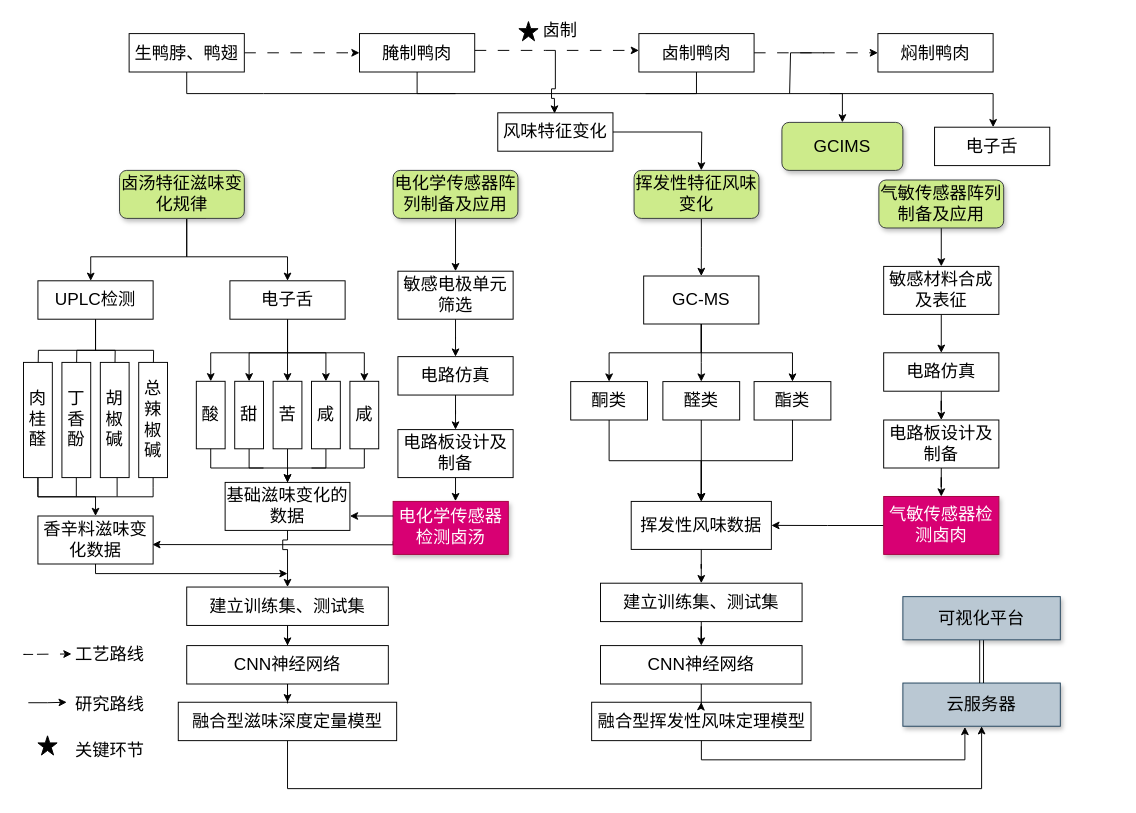
Before: 大论文.drawio in zheng-oh/dragrams, a draw.io diagram. Source tidied: cells renumbered, new cells numbered last; positions are measured from the earlier drawing's top-left corner, leaving out a move shared by most shapes. Both pictures are drawn from the tidied source at 96%, with x=0, y=0 at pixel (23, 16).
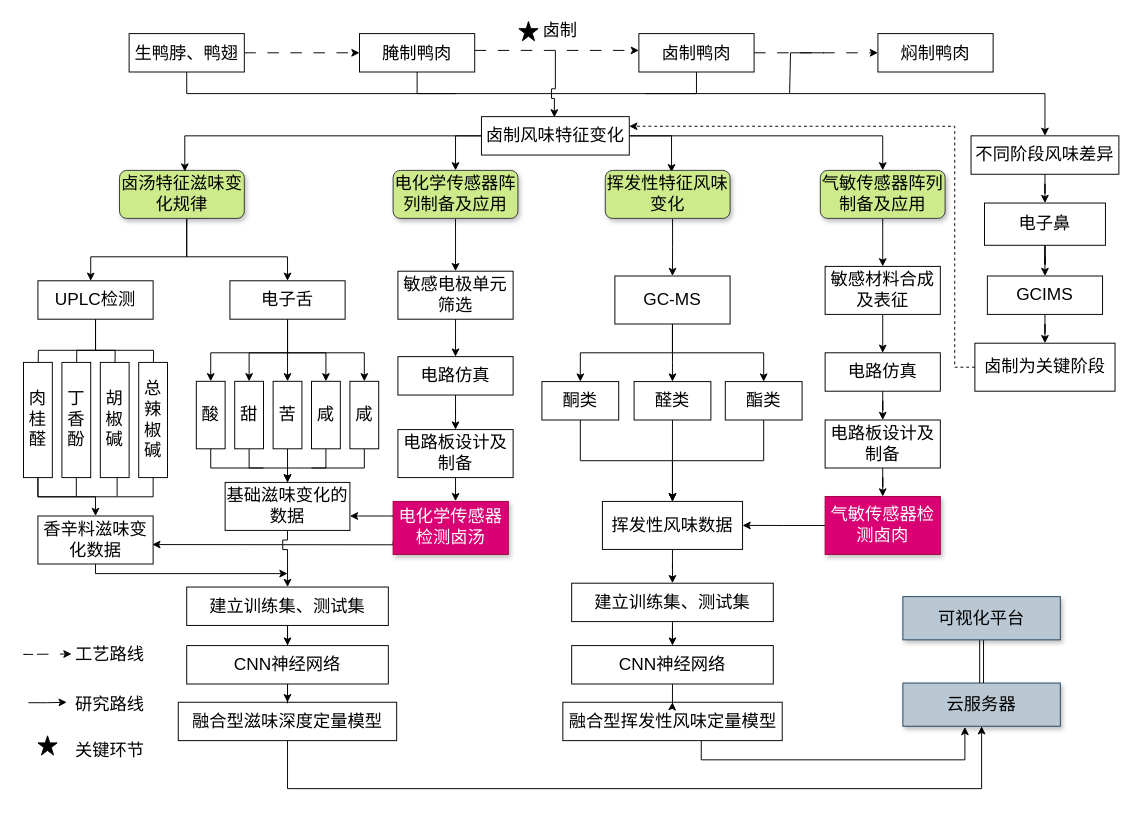
After the change.

Unchanged cells that the change refers to:
```xml
<mxCell id="4" value="&lt;font style=&quot;font-size: 18px;&quot;&gt;生鸭脖、鸭翅&lt;/font&gt;" style="rounded=0;whiteSpace=wrap;html=1;" parent="1" vertex="1">
  <mxGeometry x="110" y="17.5" width="120" height="40" as="geometry" />
</mxCell>
<mxCell id="26" value="&lt;span style=&quot;font-size: 18px;&quot;&gt;卤汤特征滋味变化规律&lt;/span&gt;" style="whiteSpace=wrap;html=1;rounded=1;labelBackgroundColor=none;fillColor=#cdeb8b;strokeColor=#36393d;gradientColor=none;gradientDirection=north;glass=0;shadow=1;" parent="1" vertex="1">
  <mxGeometry x="100" y="160" width="130" height="50" as="geometry" />
</mxCell>
<mxCell id="74" value="&lt;span style=&quot;font-size: 18px;&quot;&gt;电化学传感器阵列制备及应用&lt;/span&gt;" style="whiteSpace=wrap;html=1;rounded=1;labelBackgroundColor=none;fillColor=#cdeb8b;strokeColor=#36393d;gradientColor=none;gradientDirection=north;glass=0;shadow=1;" parent="1" vertex="1">
  <mxGeometry x="385" y="160" width="130" height="50" as="geometry" />
</mxCell>
```

What changed in the source:
```diff
@@
-    <mxCell id="3" style="edgeStyle=orthogonalEdgeStyle;rounded=0;jettySize=auto;html=1;entryX=0.5;entryY=0;entryDx=0;entryDy=0;" parent="1" edge="1" source="4" target="45">
+    <mxCell id="3" style="edgeStyle=orthogonalEdgeStyle;rounded=0;jettySize=auto;html=1;entryX=0.5;entryY=0;entryDx=0;entryDy=0;" parent="1" edge="1" source="4" target="127">
       <mxGeometry relative="1" as="geometry">
         <Array as="points">
-          <mxPoint x="250" y="80" />
-          <mxPoint x="890" y="80" />
+          <mxPoint x="170" y="80" />
+          <mxPoint x="1064" y="80" />
         </Array>
       </mxGeometry>
     </mxCell>
@@
-    <mxCell id="22" style="edgeStyle=orthogonalEdgeStyle;rounded=0;jettySize=auto;html=1;" parent="1" edge="1" source="23">
+    <mxCell id="22" style="edgeStyle=orthogonalEdgeStyle;rounded=0;jettySize=auto;html=1;entryX=0.531;entryY=0.039;entryDx=0;entryDy=0;entryPerimeter=0;" parent="1" edge="1" source="23" target="93">
       <mxGeometry relative="1" as="geometry">
-        <mxPoint x="706" y="160" as="targetPoint" />
+        <Array as="points">
+          <mxPoint x="675" y="124" />
+        </Array>
       </mxGeometry>
     </mxCell>
+    <mxCell id="123" style="edgeStyle=orthogonalEdgeStyle;rounded=0;jettySize=auto;html=1;entryX=0.5;entryY=0;entryDx=0;entryDy=0;" parent="1" edge="1" source="23" target="74">
+      <mxGeometry relative="1" as="geometry">
+        <Array as="points">
+          <mxPoint x="450" y="124" />
+        </Array>
+      </mxGeometry>
+    </mxCell>
+    <mxCell id="124" style="edgeStyle=orthogonalEdgeStyle;rounded=0;jettySize=auto;html=1;entryX=0.5;entryY=0;entryDx=0;entryDy=0;" parent="1" edge="1" source="23" target="99">
+      <mxGeometry relative="1" as="geometry">
+        <Array as="points">
+          <mxPoint x="895" y="124" />
+        </Array>
+      </mxGeometry>
+    </mxCell>
-    <mxCell id="23" value="&lt;span style=&quot;font-size: 18px;&quot;&gt;风味特征变化&lt;/span&gt;" style="whiteSpace=wrap;html=1;rounded=0;" parent="1" vertex="1">
-      <mxGeometry x="494" y="100" width="120" height="40" as="geometry" />
+    <mxCell id="23" value="&lt;span style=&quot;font-size: 18px;&quot;&gt;卤制风味特征变化&lt;/span&gt;" style="whiteSpace=wrap;html=1;rounded=0;" parent="1" vertex="1">
+      <mxGeometry x="477" y="104" width="154" height="40" as="geometry" />
     </mxCell>
@@
-    <mxCell id="45" value="&lt;span style=&quot;font-size: 18px;&quot;&gt;GCIMS&lt;/span&gt;" style="whiteSpace=wrap;html=1;rounded=1;fillColor=#cdeb8b;strokeColor=#36393d;shadow=1;gradientDirection=north;fillStyle=auto;" parent="1" vertex="1">
-      <mxGeometry x="790" y="110" width="126" height="50" as="geometry" />
-    </mxCell>
+    <mxCell id="125" style="edgeStyle=orthogonalEdgeStyle;rounded=0;jettySize=auto;html=1;entryX=0.5;entryY=0;entryDx=0;entryDy=0;" parent="1" edge="1" source="45" target="132">
+      <mxGeometry relative="1" as="geometry" />
+    </mxCell>
@@
     <mxCell id="47" style="edgeStyle=orthogonalEdgeStyle;rounded=0;jettySize=auto;html=1;" parent="1" edge="1" source="49" target="53">
       <mxGeometry relative="1" as="geometry">
         <Array as="points">
-          <mxPoint x="706" y="360" />
-          <mxPoint x="706" y="360" />
+          <mxPoint x="676" y="360" />
+          <mxPoint x="676" y="360" />
         </Array>
       </mxGeometry>
     </mxCell>
@@
     <mxCell id="49" value="&lt;font style=&quot;font-size: 18px;&quot;&gt;GC-MS&lt;/font&gt;" style="whiteSpace=wrap;html=1;rounded=0;" parent="1" vertex="1">
-      <mxGeometry x="646" y="270" width="120" height="50" as="geometry" />
+      <mxGeometry x="616" y="270" width="120" height="50" as="geometry" />
     </mxCell>
@@
     <mxCell id="51" value="&lt;span style=&quot;font-size: 18px;&quot;&gt;酮类&lt;/span&gt;" style="whiteSpace=wrap;html=1;rounded=0;" parent="1" vertex="1">
-      <mxGeometry x="570" y="380" width="80" height="40" as="geometry" />
+      <mxGeometry x="540" y="380" width="80" height="40" as="geometry" />
     </mxCell>
@@
     <mxCell id="53" value="&lt;span style=&quot;font-size: 18px;&quot;&gt;醛类&lt;/span&gt;" style="whiteSpace=wrap;html=1;rounded=0;" parent="1" vertex="1">
-      <mxGeometry x="666" y="380" width="80" height="40" as="geometry" />
+      <mxGeometry x="636" y="380" width="80" height="40" as="geometry" />
     </mxCell>
@@
     <mxCell id="93" value="&lt;span style=&quot;font-size: 18px;&quot;&gt;挥发性特征风味变化&lt;/span&gt;" style="whiteSpace=wrap;html=1;rounded=1;labelBackgroundColor=none;fillColor=#cdeb8b;strokeColor=#36393d;gradientColor=none;gradientDirection=north;glass=0;shadow=1;" parent="1" vertex="1">
-      <mxGeometry x="636" y="160" width="130" height="50" as="geometry" />
+      <mxGeometry x="606" y="160" width="130" height="50" as="geometry" />
     </mxCell>
@@
     <mxCell id="99" value="&lt;font style=&quot;font-size: 18px;&quot;&gt;气敏传感器阵列制备及应用&lt;/font&gt;" style="whiteSpace=wrap;html=1;rounded=1;labelBackgroundColor=none;fillColor=#cdeb8b;strokeColor=#36393d;gradientColor=none;gradientDirection=north;glass=0;shadow=1;" parent="1" vertex="1">
-      <mxGeometry x="891" y="170" width="130" height="50" as="geometry" />
+      <mxGeometry x="830" y="160" width="130" height="50" as="geometry" />
     </mxCell>
@@
     <mxCell id="101" value="&lt;span style=&quot;font-size: 18px;&quot;&gt;敏感材料合成及表征&lt;/span&gt;" style="whiteSpace=wrap;html=1;rounded=0;flipV=1;flipH=1;" parent="1" vertex="1">
-      <mxGeometry x="896" y="260" width="120" height="50" as="geometry" />
+      <mxGeometry x="835" y="260" width="120" height="50" as="geometry" />
     </mxCell>
@@
     <mxCell id="103" value="&lt;span style=&quot;font-size: 18px;&quot;&gt;电路仿真&lt;/span&gt;" style="whiteSpace=wrap;html=1;rounded=0;flipV=1;flipH=1;" parent="1" vertex="1">
-      <mxGeometry x="896" y="350" width="120" height="40" as="geometry" />
+      <mxGeometry x="835" y="350" width="120" height="40" as="geometry" />
     </mxCell>
@@
     <mxCell id="105" value="&lt;span style=&quot;font-size: 18px;&quot;&gt;电路板设计及制备&lt;/span&gt;" style="whiteSpace=wrap;html=1;rounded=0;flipV=1;flipH=1;" parent="1" vertex="1">
-      <mxGeometry x="896" y="420" width="120" height="50" as="geometry" />
+      <mxGeometry x="835" y="420" width="120" height="50" as="geometry" />
     </mxCell>
@@
     <mxCell id="107" value="&lt;span style=&quot;font-size: 18px;&quot;&gt;气敏传感器检测卤肉&lt;/span&gt;" style="whiteSpace=wrap;html=1;rounded=0;flipV=1;flipH=1;fillColor=#d80073;fontColor=#ffffff;strokeColor=#A50040;shadow=1;" parent="1" vertex="1">
-      <mxGeometry x="896" y="499.7" width="120" height="60.3" as="geometry" />
+      <mxGeometry x="835" y="499.7" width="120" height="60.3" as="geometry" />
     </mxCell>
@@
     <mxCell id="109" value="&lt;span style=&quot;font-size: 18px;&quot;&gt;酯类&lt;/span&gt;" style="whiteSpace=wrap;html=1;rounded=0;" parent="1" vertex="1">
-      <mxGeometry x="761" y="380" width="80" height="40" as="geometry" />
+      <mxGeometry x="731" y="380" width="80" height="40" as="geometry" />
     </mxCell>
-    <mxCell id="110" style="edgeStyle=orthogonalEdgeStyle;rounded=0;jettySize=auto;html=1;endArrow=none;endFill=0;startArrow=classic;startFill=1;" parent="1" edge="1" source="111">
-      <mxGeometry relative="1" as="geometry">
-        <mxPoint x="840" y="80" as="targetPoint" />
-        <Array as="points">
-          <mxPoint x="1010" y="80" />
-        </Array>
-      </mxGeometry>
-    </mxCell>
-    <mxCell id="111" value="&lt;span style=&quot;font-size: 18px;&quot;&gt;电子舌&lt;/span&gt;" style="whiteSpace=wrap;html=1;rounded=0;" parent="1" vertex="1">
-      <mxGeometry x="949" y="115" width="120" height="40" as="geometry" />
-    </mxCell>
@@
     <mxCell id="113" value="&lt;span style=&quot;font-size: 18px;&quot;&gt;挥发性风味数据&lt;/span&gt;" style="whiteSpace=wrap;html=1;rounded=0;" parent="1" vertex="1">
-      <mxGeometry x="633" y="504.8" width="146" height="50" as="geometry" />
+      <mxGeometry x="603" y="504.8" width="146" height="50" as="geometry" />
     </mxCell>
@@
     <mxCell id="115" value="&lt;span style=&quot;font-size: 18px;&quot;&gt;建立训练集、测试集&lt;/span&gt;" style="whiteSpace=wrap;html=1;rounded=0;" parent="1" vertex="1">
-      <mxGeometry x="601" y="590" width="210" height="40" as="geometry" />
+      <mxGeometry x="571" y="590" width="210" height="40" as="geometry" />
     </mxCell>
-    <mxCell id="116" value="&lt;span style=&quot;font-size: 18px;&quot;&gt;融合型挥发性风味定理模型&lt;/span&gt;" style="whiteSpace=wrap;html=1;rounded=0;" parent="1" vertex="1">
-      <mxGeometry x="591.8" y="714" width="228.5" height="40" as="geometry" />
+    <mxCell id="116" value="&lt;span style=&quot;font-size: 18px;&quot;&gt;融合型挥发性风味定量模型&lt;/span&gt;" style="whiteSpace=wrap;html=1;rounded=0;" parent="1" vertex="1">
+      <mxGeometry x="561.8" y="714" width="228.5" height="40" as="geometry" />
     </mxCell>
@@
     <mxCell id="118" value="&lt;span style=&quot;font-size: 18px;&quot;&gt;CNN神经网络&lt;/span&gt;" style="whiteSpace=wrap;html=1;rounded=0;" parent="1" vertex="1">
-      <mxGeometry x="601" y="655" width="210" height="40" as="geometry" />
+      <mxGeometry x="571" y="655" width="210" height="40" as="geometry" />
     </mxCell>
@@
+    <mxCell id="126" style="edgeStyle=orthogonalEdgeStyle;rounded=0;jettySize=auto;html=1;entryX=0.5;entryY=0;entryDx=0;entryDy=0;" parent="1" edge="1" source="45">
+      <mxGeometry relative="1" as="geometry">
+        <mxPoint x="1064" y="220" as="targetPoint" />
+      </mxGeometry>
+    </mxCell>
+    <mxCell id="127" value="&lt;span style=&quot;font-size: 18px;&quot;&gt;不同阶段风味差异&lt;/span&gt;" style="whiteSpace=wrap;html=1;rounded=0;" parent="1" vertex="1">
+      <mxGeometry x="987" y="124" width="154" height="40" as="geometry" />
+    </mxCell>
+    <mxCell id="128" style="edgeStyle=orthogonalEdgeStyle;rounded=0;jettySize=auto;html=1;entryX=1;entryY=0.25;entryDx=0;entryDy=0;dashed=1;" parent="1" edge="1" source="129" target="23">
+      <mxGeometry relative="1" as="geometry">
+        <Array as="points">
+          <mxPoint x="970" y="365" />
+          <mxPoint x="970" y="114" />
+        </Array>
+      </mxGeometry>
+    </mxCell>
+    <mxCell id="129" value="&lt;span style=&quot;font-size: 18px;&quot;&gt;卤制为关键阶段&lt;/span&gt;" style="whiteSpace=wrap;html=1;rounded=0;" parent="1" vertex="1">
+      <mxGeometry x="991" y="340" width="146" height="50" as="geometry" />
+    </mxCell>
+    <mxCell id="130" style="edgeStyle=orthogonalEdgeStyle;rounded=0;jettySize=auto;html=1;entryX=0.523;entryY=0.024;entryDx=0;entryDy=0;entryPerimeter=0;" parent="1" edge="1" source="23" target="26">
+      <mxGeometry relative="1" as="geometry" />
+    </mxCell>
+    <mxCell id="131" style="edgeStyle=orthogonalEdgeStyle;rounded=0;jettySize=auto;html=1;entryX=0.5;entryY=0;entryDx=0;entryDy=0;" parent="1" edge="1" source="132" target="129">
+      <mxGeometry relative="1" as="geometry" />
+    </mxCell>
+    <mxCell id="132" value="&lt;span style=&quot;font-size: 18px;&quot;&gt;GCIMS&lt;/span&gt;" style="whiteSpace=wrap;html=1;rounded=0;" parent="1" vertex="1">
+      <mxGeometry x="1004" y="270" width="120" height="40" as="geometry" />
+    </mxCell>
+    <mxCell id="133" style="edgeStyle=orthogonalEdgeStyle;rounded=0;jettySize=auto;html=1;entryX=0.5;entryY=0;entryDx=0;entryDy=0;" parent="1" edge="1" source="127" target="45">
+      <mxGeometry relative="1" as="geometry" />
+    </mxCell>
+    <mxCell id="45" value="&lt;span style=&quot;font-size: 18px;&quot;&gt;电子鼻&lt;/span&gt;" style="whiteSpace=wrap;html=1;rounded=0;shadow=0;gradientDirection=north;fillStyle=auto;" parent="1" vertex="1">
+      <mxGeometry x="1001" y="194" width="126" height="44" as="geometry" />
+    </mxCell>
```
